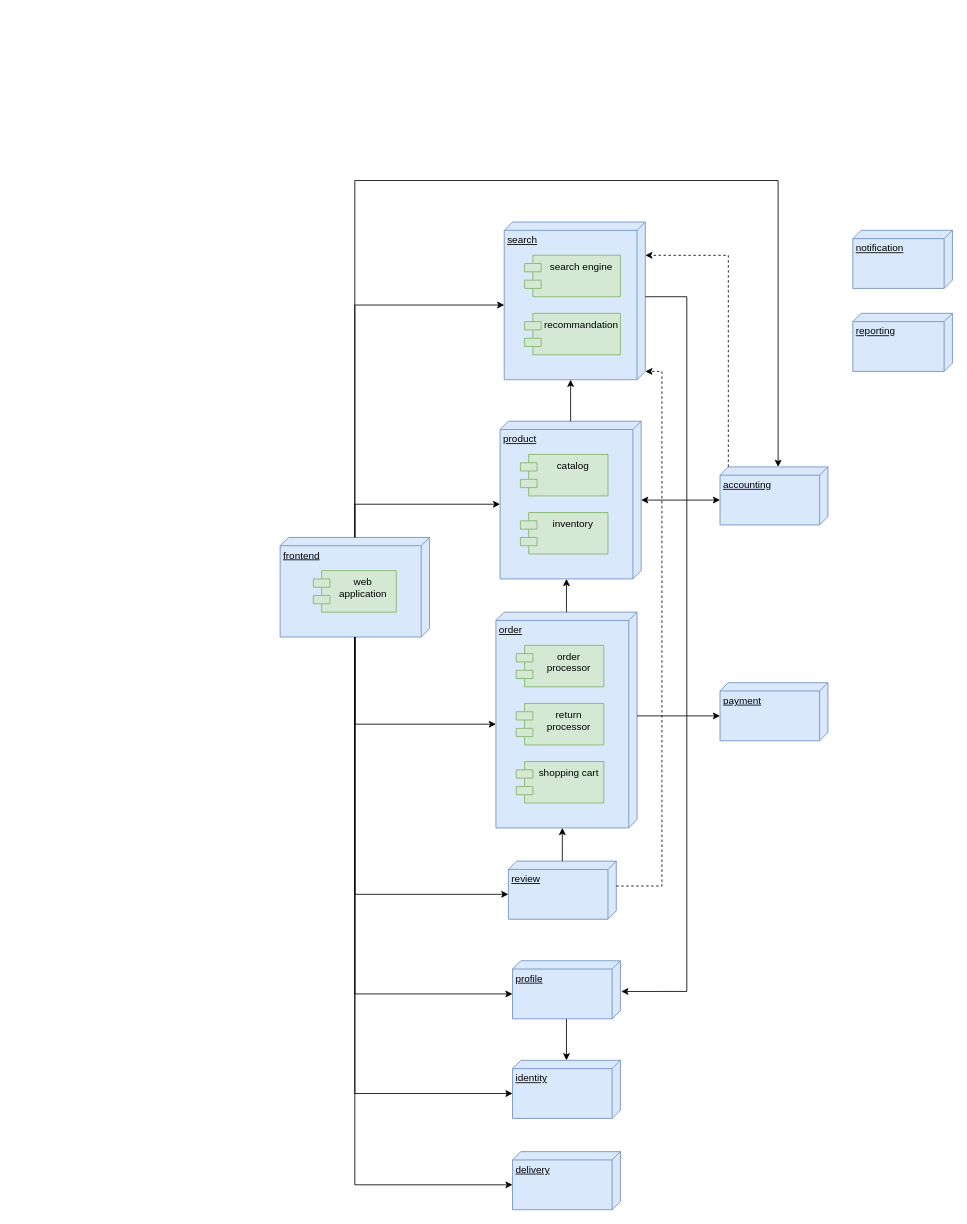
This is workflows/components_architecture.drawio from movies-albrains/.github, a draw.io file, before an edit. Source tidied: cells renumbered, new cells numbered last; positions are measured from the earlier drawing's top-left corner, leaving out a move shared by most shapes. Both pictures are drawn from the tidied source at 83%, with x=0, y=0 at pixel (280, 180).
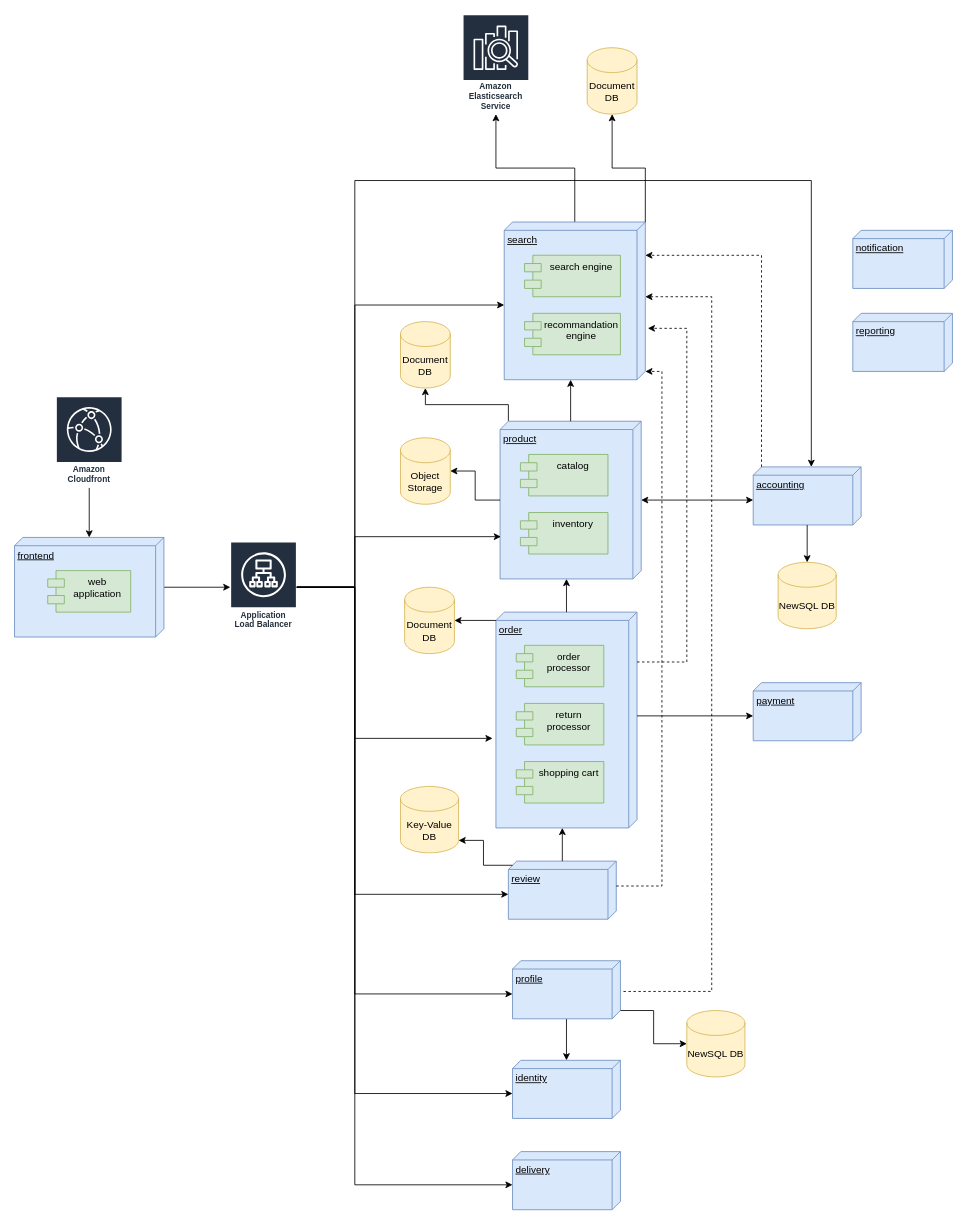
The same page after the edit.

Commit message:
Mettre à jour components_architecture.drawio

Unchanged cells that the change refers to:
```xml
<mxCell id="4" value="order" style="verticalAlign=top;align=left;spacingTop=8;spacingLeft=2;spacingRight=12;shape=cube;size=10;direction=south;fontStyle=4;html=1;whiteSpace=wrap;fillColor=#dae8fc;strokeColor=#6c8ebf;" parent="1" vertex="1">
  <mxGeometry x="260" y="520" width="170" height="260" as="geometry" />
</mxCell>
<mxCell id="12" value="product" style="verticalAlign=top;align=left;spacingTop=8;spacingLeft=2;spacingRight=12;shape=cube;size=10;direction=south;fontStyle=4;html=1;whiteSpace=wrap;fillColor=#dae8fc;strokeColor=#6c8ebf;" parent="1" vertex="1">
  <mxGeometry x="265" y="290" width="170" height="190" as="geometry" />
</mxCell>
<mxCell id="16" value="profile" style="verticalAlign=top;align=left;spacingTop=8;spacingLeft=2;spacingRight=12;shape=cube;size=10;direction=south;fontStyle=4;html=1;whiteSpace=wrap;fillColor=#dae8fc;strokeColor=#6c8ebf;" parent="1" vertex="1">
  <mxGeometry x="280" y="940" width="130" height="70" as="geometry" />
</mxCell>
<mxCell id="17" value="identity" style="verticalAlign=top;align=left;spacingTop=8;spacingLeft=2;spacingRight=12;shape=cube;size=10;direction=south;fontStyle=4;html=1;whiteSpace=wrap;fillColor=#dae8fc;strokeColor=#6c8ebf;" parent="1" vertex="1">
  <mxGeometry x="280" y="1060" width="130" height="70" as="geometry" />
</mxCell>
<mxCell id="18" value="review" style="verticalAlign=top;align=left;spacingTop=8;spacingLeft=2;spacingRight=12;shape=cube;size=10;direction=south;fontStyle=4;html=1;whiteSpace=wrap;fillColor=#dae8fc;strokeColor=#6c8ebf;" parent="1" vertex="1">
  <mxGeometry x="275" y="820" width="130" height="70" as="geometry" />
</mxCell>
<mxCell id="19" value="search" style="verticalAlign=top;align=left;spacingTop=8;spacingLeft=2;spacingRight=12;shape=cube;size=10;direction=south;fontStyle=4;html=1;whiteSpace=wrap;fillColor=#dae8fc;strokeColor=#6c8ebf;" parent="1" vertex="1">
  <mxGeometry x="270" y="50" width="170" height="190" as="geometry" />
</mxCell>
<mxCell id="22" value="delivery" style="verticalAlign=top;align=left;spacingTop=8;spacingLeft=2;spacingRight=12;shape=cube;size=10;direction=south;fontStyle=4;html=1;whiteSpace=wrap;fillColor=#dae8fc;strokeColor=#6c8ebf;" parent="1" vertex="1">
  <mxGeometry x="280" y="1170" width="130" height="70" as="geometry" />
</mxCell>
```

The edit, as a diff of the source:
```diff
@@
+    <mxCell id="39" style="edgeStyle=orthogonalEdgeStyle;rounded=0;jettySize=auto;html=1;" parent="1" edge="1" source="2" target="43">
+      <mxGeometry relative="1" as="geometry" />
+    </mxCell>
     <mxCell id="2" value="frontend" style="verticalAlign=top;align=left;spacingTop=8;spacingLeft=2;spacingRight=12;shape=cube;size=10;direction=south;fontStyle=4;html=1;whiteSpace=wrap;fillColor=#dae8fc;strokeColor=#6c8ebf;" parent="1" vertex="1">
-      <mxGeometry y="430" width="180" height="120" as="geometry" />
+      <mxGeometry x="-320" y="430" width="180" height="120" as="geometry" />
     </mxCell>
@@
     <mxCell id="8" value="accounting" style="verticalAlign=top;align=left;spacingTop=8;spacingLeft=2;spacingRight=12;shape=cube;size=10;direction=south;fontStyle=4;html=1;whiteSpace=wrap;fillColor=#dae8fc;strokeColor=#6c8ebf;" parent="1" vertex="1">
-      <mxGeometry x="530" y="345" width="130" height="70" as="geometry" />
+      <mxGeometry x="570" y="345" width="130" height="70" as="geometry" />
     </mxCell>
     <mxCell id="9" value="payment" style="verticalAlign=top;align=left;spacingTop=8;spacingLeft=2;spacingRight=12;shape=cube;size=10;direction=south;fontStyle=4;html=1;whiteSpace=wrap;fillColor=#dae8fc;strokeColor=#6c8ebf;" parent="1" vertex="1">
-      <mxGeometry x="530" y="605" width="130" height="70" as="geometry" />
+      <mxGeometry x="570" y="605" width="130" height="70" as="geometry" />
     </mxCell>
@@
+    <mxCell id="40" style="edgeStyle=orthogonalEdgeStyle;rounded=0;jettySize=auto;html=1;exitX=0;exitY=0;exitDx=0;exitDy=160;exitPerimeter=0;" parent="1" edge="1" source="12" target="53">
+      <mxGeometry relative="1" as="geometry" />
+    </mxCell>
@@
+    <mxCell id="41" style="edgeStyle=orthogonalEdgeStyle;rounded=0;jettySize=auto;html=1;" parent="1" edge="1" source="19" target="56">
+      <mxGeometry relative="1" as="geometry" />
+    </mxCell>
@@
-    <mxCell id="21" value="recommandation" style="shape=module;align=left;spacingLeft=20;align=center;verticalAlign=top;whiteSpace=wrap;html=1;fillColor=#d5e8d4;strokeColor=#82b366;" parent="19" vertex="1">
+    <mxCell id="21" value="recommandation engine" style="shape=module;align=left;spacingLeft=20;align=center;verticalAlign=top;whiteSpace=wrap;html=1;fillColor=#d5e8d4;strokeColor=#82b366;" parent="19" vertex="1">
       <mxGeometry x="24.5" y="110" width="115.5" height="50" as="geometry" />
     </mxCell>
@@
-    <mxCell id="25" style="edgeStyle=orthogonalEdgeStyle;rounded=0;jettySize=auto;html=1;exitX=0;exitY=0;exitDx=90;exitDy=0;exitPerimeter=0;entryX=0.529;entryY=-0.008;entryDx=0;entryDy=0;entryPerimeter=0;" parent="1" edge="1" source="19" target="16">
+    <mxCell id="25" style="edgeStyle=orthogonalEdgeStyle;rounded=0;jettySize=auto;html=1;exitX=0;exitY=0;exitDx=90;exitDy=0;exitPerimeter=0;entryX=0.529;entryY=-0.008;entryDx=0;entryDy=0;entryPerimeter=0;dashed=1;startArrow=classic;startFill=1;endArrow=none;endFill=0;" parent="1" edge="1" source="19" target="16">
       <mxGeometry relative="1" as="geometry">
         <Array as="points">
-          <mxPoint x="490" y="140" />
-          <mxPoint x="490" y="977" />
+          <mxPoint x="520" y="140" />
+          <mxPoint x="520" y="977" />
         </Array>
       </mxGeometry>
     </mxCell>
-    <mxCell id="26" style="edgeStyle=orthogonalEdgeStyle;rounded=0;jettySize=auto;html=1;entryX=0;entryY=0;entryDx=100;entryDy=170;entryPerimeter=0;" parent="1" edge="1" source="2" target="12">
-      <mxGeometry relative="1" as="geometry">
-        <Array as="points">
-          <mxPoint x="90" y="390" />
-        </Array>
-      </mxGeometry>
-    </mxCell>
-    <mxCell id="27" style="edgeStyle=orthogonalEdgeStyle;rounded=0;jettySize=auto;html=1;entryX=0;entryY=0;entryDx=135;entryDy=170;entryPerimeter=0;" parent="1" edge="1" source="2" target="4">
-      <mxGeometry relative="1" as="geometry">
-        <Array as="points">
-          <mxPoint x="90" y="655" />
-        </Array>
-      </mxGeometry>
-    </mxCell>
-    <mxCell id="28" style="edgeStyle=orthogonalEdgeStyle;rounded=0;jettySize=auto;html=1;entryX=0;entryY=0;entryDx=40;entryDy=130;entryPerimeter=0;" parent="1" edge="1" source="2" target="18">
-      <mxGeometry relative="1" as="geometry">
-        <Array as="points">
-          <mxPoint x="90" y="860" />
-        </Array>
-      </mxGeometry>
-    </mxCell>
-    <mxCell id="29" style="edgeStyle=orthogonalEdgeStyle;rounded=0;jettySize=auto;html=1;entryX=0;entryY=0;entryDx=40;entryDy=130;entryPerimeter=0;" parent="1" edge="1" source="2" target="16">
-      <mxGeometry relative="1" as="geometry">
-        <Array as="points">
-          <mxPoint x="90" y="980" />
-        </Array>
-      </mxGeometry>
-    </mxCell>
-    <mxCell id="30" style="edgeStyle=orthogonalEdgeStyle;rounded=0;jettySize=auto;html=1;entryX=0;entryY=0;entryDx=40;entryDy=130;entryPerimeter=0;" parent="1" edge="1" source="2" target="17">
-      <mxGeometry relative="1" as="geometry">
-        <Array as="points">
-          <mxPoint x="90" y="1100" />
-        </Array>
-      </mxGeometry>
-    </mxCell>
-    <mxCell id="31" style="edgeStyle=orthogonalEdgeStyle;rounded=0;jettySize=auto;html=1;entryX=0;entryY=0;entryDx=40;entryDy=130;entryPerimeter=0;" parent="1" edge="1" source="2" target="22">
+    <mxCell id="31" style="edgeStyle=orthogonalEdgeStyle;rounded=0;jettySize=auto;html=1;entryX=0;entryY=0;entryDx=40;entryDy=130;entryPerimeter=0;" parent="1" edge="1" source="43" target="22">
       <mxGeometry relative="1" as="geometry">
         <Array as="points">
           <mxPoint x="90" y="1210" />
         </Array>
       </mxGeometry>
     </mxCell>
-    <mxCell id="32" style="edgeStyle=orthogonalEdgeStyle;rounded=0;jettySize=auto;html=1;entryX=0;entryY=0;entryDx=100;entryDy=170;entryPerimeter=0;" parent="1" edge="1" source="2" target="19">
-      <mxGeometry relative="1" as="geometry">
-        <Array as="points">
-          <mxPoint x="90" y="150" />
-        </Array>
-      </mxGeometry>
-    </mxCell>
@@
-    <mxCell id="34" style="edgeStyle=orthogonalEdgeStyle;rounded=0;jettySize=auto;html=1;entryX=0;entryY=0;entryDx=0;entryDy=60;entryPerimeter=0;" parent="1" edge="1" source="2" target="8">
+    <mxCell id="34" style="edgeStyle=orthogonalEdgeStyle;rounded=0;jettySize=auto;html=1;entryX=0;entryY=0;entryDx=0;entryDy=60;entryPerimeter=0;" parent="1" edge="1" source="43" target="8">
       <mxGeometry relative="1" as="geometry">
         <Array as="points">
+          <mxPoint x="90" y="490" />
           <mxPoint x="90" />
-          <mxPoint x="600" />
+          <mxPoint x="640" />
         </Array>
       </mxGeometry>
     </mxCell>
@@
+    <mxCell id="42" style="edgeStyle=orthogonalEdgeStyle;rounded=0;jettySize=auto;html=1;exitX=0.231;exitY=0;exitDx=0;exitDy=0;exitPerimeter=0;entryX=0.674;entryY=-0.018;entryDx=0;entryDy=0;entryPerimeter=0;dashed=1;" parent="1" edge="1" source="4" target="19">
+      <mxGeometry relative="1" as="geometry">
+        <Array as="points">
+          <mxPoint x="490" y="580" />
+          <mxPoint x="490" y="178" />
+        </Array>
+      </mxGeometry>
+    </mxCell>
+    <mxCell id="43" value="Application Load Balancer" style="sketch=0;outlineConnect=0;fontColor=#232F3E;gradientColor=none;strokeColor=#ffffff;fillColor=#232F3E;dashed=0;verticalLabelPosition=middle;verticalAlign=bottom;align=center;html=1;whiteSpace=wrap;fontSize=10;fontStyle=1;spacing=3;shape=mxgraph.aws4.productIcon;prIcon=mxgraph.aws4.application_load_balancer;" parent="1" vertex="1">
+      <mxGeometry x="-60" y="435" width="80" height="110" as="geometry" />
+    </mxCell>
+    <mxCell id="44" style="edgeStyle=orthogonalEdgeStyle;rounded=0;jettySize=auto;html=1;entryX=0;entryY=0;entryDx=100;entryDy=170;entryPerimeter=0;" parent="1" edge="1" source="43" target="19">
+      <mxGeometry relative="1" as="geometry">
+        <Array as="points">
+          <mxPoint x="90" y="490" />
+          <mxPoint x="90" y="150" />
+        </Array>
+      </mxGeometry>
+    </mxCell>
+    <mxCell id="45" style="edgeStyle=orthogonalEdgeStyle;rounded=0;jettySize=auto;html=1;entryX=0;entryY=0;entryDx=40;entryDy=130;entryPerimeter=0;" parent="1" edge="1" source="43" target="17">
+      <mxGeometry relative="1" as="geometry">
+        <Array as="points">
+          <mxPoint x="90" y="490" />
+          <mxPoint x="90" y="1100" />
+        </Array>
+      </mxGeometry>
+    </mxCell>
+    <mxCell id="46" style="edgeStyle=orthogonalEdgeStyle;rounded=0;jettySize=auto;html=1;entryX=0;entryY=0;entryDx=40;entryDy=130;entryPerimeter=0;" parent="1" edge="1" source="43" target="16">
+      <mxGeometry relative="1" as="geometry">
+        <Array as="points">
+          <mxPoint x="90" y="490" />
+          <mxPoint x="90" y="980" />
+        </Array>
+      </mxGeometry>
+    </mxCell>
+    <mxCell id="47" style="edgeStyle=orthogonalEdgeStyle;rounded=0;jettySize=auto;html=1;entryX=0;entryY=0;entryDx=40;entryDy=130;entryPerimeter=0;" parent="1" edge="1" source="43" target="18">
+      <mxGeometry relative="1" as="geometry">
+        <Array as="points">
+          <mxPoint x="90" y="490" />
+          <mxPoint x="90" y="860" />
+        </Array>
+      </mxGeometry>
+    </mxCell>
+    <mxCell id="48" style="edgeStyle=orthogonalEdgeStyle;rounded=0;jettySize=auto;html=1;entryX=0.585;entryY=1.024;entryDx=0;entryDy=0;entryPerimeter=0;" parent="1" edge="1" source="43" target="4">
+      <mxGeometry relative="1" as="geometry">
+        <Array as="points">
+          <mxPoint x="90" y="490" />
+          <mxPoint x="90" y="672" />
+        </Array>
+      </mxGeometry>
+    </mxCell>
+    <mxCell id="49" style="edgeStyle=orthogonalEdgeStyle;rounded=0;jettySize=auto;html=1;" parent="1" edge="1" source="50" target="2">
+      <mxGeometry relative="1" as="geometry" />
+    </mxCell>
+    <mxCell id="50" value="Amazon Cloudfront" style="sketch=0;outlineConnect=0;fontColor=#232F3E;gradientColor=none;strokeColor=#ffffff;fillColor=#232F3E;dashed=0;verticalLabelPosition=middle;verticalAlign=bottom;align=center;html=1;whiteSpace=wrap;fontSize=10;fontStyle=1;spacing=3;shape=mxgraph.aws4.productIcon;prIcon=mxgraph.aws4.cloudfront;" parent="1" vertex="1">
+      <mxGeometry x="-270" y="260" width="80" height="110" as="geometry" />
+    </mxCell>
+    <mxCell id="51" value="NewSQL DB" style="shape=cylinder3;whiteSpace=wrap;html=1;boundedLbl=1;backgroundOutline=1;size=15;fillColor=#fff2cc;strokeColor=#d6b656;" parent="1" vertex="1">
+      <mxGeometry x="490" y="1000" width="70" height="80" as="geometry" />
+    </mxCell>
+    <mxCell id="52" style="edgeStyle=orthogonalEdgeStyle;rounded=0;jettySize=auto;html=1;exitX=0;exitY=0;exitDx=60;exitDy=0;exitPerimeter=0;entryX=0;entryY=0.5;entryDx=0;entryDy=0;entryPerimeter=0;" parent="1" edge="1" source="16" target="51">
+      <mxGeometry relative="1" as="geometry" />
+    </mxCell>
+    <mxCell id="53" value="Document DB" style="shape=cylinder3;whiteSpace=wrap;html=1;boundedLbl=1;backgroundOutline=1;size=15;fillColor=#fff2cc;strokeColor=#d6b656;" parent="1" vertex="1">
+      <mxGeometry x="145" y="170" width="60" height="80" as="geometry" />
+    </mxCell>
+    <mxCell id="54" value="Document DB" style="shape=cylinder3;whiteSpace=wrap;html=1;boundedLbl=1;backgroundOutline=1;size=15;fillColor=#fff2cc;strokeColor=#d6b656;" parent="1" vertex="1">
+      <mxGeometry x="150" y="490" width="60" height="80" as="geometry" />
+    </mxCell>
+    <mxCell id="55" style="edgeStyle=orthogonalEdgeStyle;rounded=0;jettySize=auto;html=1;exitX=0;exitY=0;exitDx=10;exitDy=170;exitPerimeter=0;entryX=1;entryY=0.5;entryDx=0;entryDy=0;entryPerimeter=0;" parent="1" edge="1" source="4" target="54">
+      <mxGeometry relative="1" as="geometry" />
+    </mxCell>
+    <mxCell id="56" value="Amazon Elasticsearch Service" style="sketch=0;outlineConnect=0;fontColor=#232F3E;gradientColor=none;strokeColor=#ffffff;fillColor=#232F3E;dashed=0;verticalLabelPosition=middle;verticalAlign=bottom;align=center;html=1;whiteSpace=wrap;fontSize=10;fontStyle=1;spacing=3;shape=mxgraph.aws4.productIcon;prIcon=mxgraph.aws4.elasticsearch_service;" parent="1" vertex="1">
+      <mxGeometry x="220" y="-200" width="80" height="120" as="geometry" />
+    </mxCell>
+    <mxCell id="57" value="Key-Value DB" style="shape=cylinder3;whiteSpace=wrap;html=1;boundedLbl=1;backgroundOutline=1;size=15;fillColor=#fff2cc;strokeColor=#d6b656;" parent="1" vertex="1">
+      <mxGeometry x="145" y="730" width="70" height="80" as="geometry" />
+    </mxCell>
+    <mxCell id="58" style="edgeStyle=orthogonalEdgeStyle;rounded=0;jettySize=auto;html=1;exitX=0;exitY=0;exitDx=5;exitDy=125;exitPerimeter=0;entryX=1;entryY=1;entryDx=0;entryDy=-15;entryPerimeter=0;" parent="1" edge="1" source="18" target="57">
+      <mxGeometry relative="1" as="geometry" />
+    </mxCell>
+    <mxCell id="59" value="NewSQL DB" style="shape=cylinder3;whiteSpace=wrap;html=1;boundedLbl=1;backgroundOutline=1;size=15;fillColor=#fff2cc;strokeColor=#d6b656;" parent="1" vertex="1">
+      <mxGeometry x="600" y="460" width="70" height="80" as="geometry" />
+    </mxCell>
+    <mxCell id="60" style="edgeStyle=orthogonalEdgeStyle;rounded=0;jettySize=auto;html=1;entryX=0.5;entryY=0;entryDx=0;entryDy=0;entryPerimeter=0;" parent="1" edge="1" source="8" target="59">
+      <mxGeometry relative="1" as="geometry" />
+    </mxCell>
+    <mxCell id="61" value="Document DB" style="shape=cylinder3;whiteSpace=wrap;html=1;boundedLbl=1;backgroundOutline=1;size=15;fillColor=#fff2cc;strokeColor=#d6b656;" parent="1" vertex="1">
+      <mxGeometry x="370" y="-160" width="60" height="80" as="geometry" />
+    </mxCell>
+    <mxCell id="62" style="edgeStyle=orthogonalEdgeStyle;rounded=0;jettySize=auto;html=1;exitX=0;exitY=0;exitDx=0;exitDy=0;exitPerimeter=0;entryX=0.5;entryY=1;entryDx=0;entryDy=0;entryPerimeter=0;" parent="1" edge="1" source="19" target="61">
+      <mxGeometry relative="1" as="geometry" />
+    </mxCell>
+    <mxCell id="63" value="Object Storage" style="shape=cylinder3;whiteSpace=wrap;html=1;boundedLbl=1;backgroundOutline=1;size=15;fillColor=#fff2cc;strokeColor=#d6b656;" parent="1" vertex="1">
+      <mxGeometry x="145" y="310" width="60" height="80" as="geometry" />
+    </mxCell>
+    <mxCell id="64" style="edgeStyle=orthogonalEdgeStyle;rounded=0;jettySize=auto;html=1;entryX=1;entryY=0.5;entryDx=0;entryDy=0;entryPerimeter=0;" parent="1" edge="1" source="12" target="63">
+      <mxGeometry relative="1" as="geometry" />
+    </mxCell>
+    <mxCell id="65" style="edgeStyle=orthogonalEdgeStyle;rounded=0;jettySize=auto;html=1;entryX=0.732;entryY=0.994;entryDx=0;entryDy=0;entryPerimeter=0;" parent="1" edge="1" source="43" target="12">
+      <mxGeometry relative="1" as="geometry">
+        <Array as="points">
+          <mxPoint x="90" y="490" />
+          <mxPoint x="90" y="429" />
+        </Array>
+      </mxGeometry>
+    </mxCell>
```
